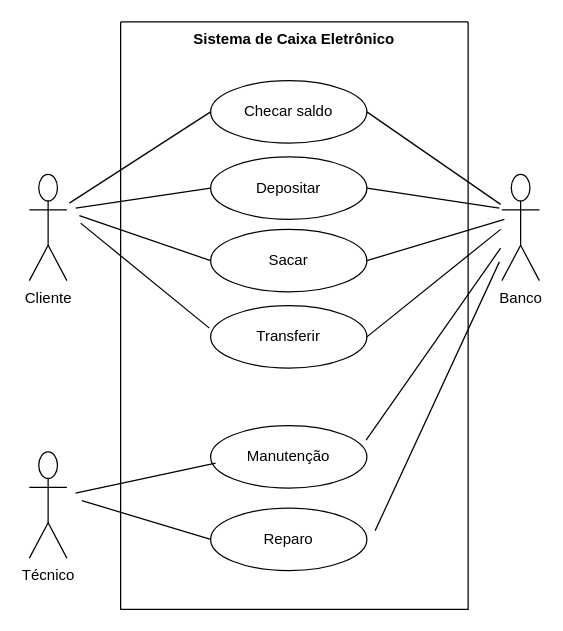
Guilherme-106/daigramasderequisitos keeps this draw.io diagram as page "Página-2" (2 of 3) of Diagrama sem nome.drawio. Above is the earlier version. Source tidied: cells renumbered, new cells numbered last; positions are measured from the earlier drawing's top-left corner, leaving out a move shared by most shapes. Both pictures are drawn from the tidied source at 125%, with x=0, y=0 at pixel (29, 21).
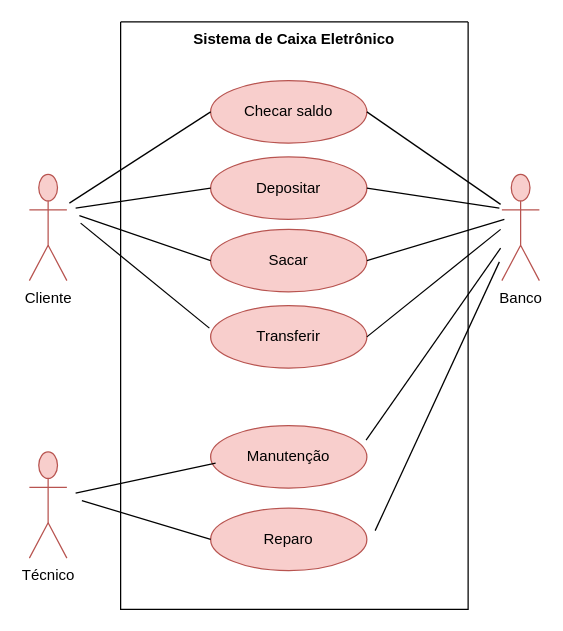
Above is the later version.

Change to the diagram source:
```diff
@@
-    <mxCell id="2" value="Cliente" style="shape=umlActor;verticalLabelPosition=bottom;verticalAlign=top;html=1;" parent="1" vertex="1">
+    <mxCell id="2" value="Cliente" style="shape=umlActor;verticalLabelPosition=bottom;verticalAlign=top;html=1;fillColor=#f8cecc;strokeColor=#b85450;" parent="1" vertex="1">
       <mxGeometry y="122" width="30" height="85" as="geometry" />
     </mxCell>
-    <mxCell id="3" value="Banco" style="shape=umlActor;verticalLabelPosition=bottom;verticalAlign=top;html=1;" parent="1" vertex="1">
+    <mxCell id="3" value="Banco" style="shape=umlActor;verticalLabelPosition=bottom;verticalAlign=top;html=1;fillColor=#f8cecc;strokeColor=#b85450;" parent="1" vertex="1">
       <mxGeometry x="378" y="122" width="30" height="85" as="geometry" />
     </mxCell>
-    <mxCell id="4" value="Checar saldo" style="ellipse;whiteSpace=wrap;html=1;" parent="1" vertex="1">
+    <mxCell id="4" value="Checar saldo" style="ellipse;whiteSpace=wrap;html=1;fillColor=#f8cecc;strokeColor=#b85450;" parent="1" vertex="1">
       <mxGeometry x="145" y="47" width="125" height="50" as="geometry" />
     </mxCell>
-    <mxCell id="5" value="Depositar" style="ellipse;whiteSpace=wrap;html=1;" parent="1" vertex="1">
+    <mxCell id="5" value="Depositar" style="ellipse;whiteSpace=wrap;html=1;fillColor=#f8cecc;strokeColor=#b85450;" parent="1" vertex="1">
       <mxGeometry x="145" y="108" width="125" height="50" as="geometry" />
     </mxCell>
-    <mxCell id="6" value="Sacar" style="ellipse;whiteSpace=wrap;html=1;" parent="1" vertex="1">
+    <mxCell id="6" value="Sacar" style="ellipse;whiteSpace=wrap;html=1;fillColor=#f8cecc;strokeColor=#b85450;" parent="1" vertex="1">
       <mxGeometry x="145" y="166" width="125" height="50" as="geometry" />
     </mxCell>
-    <mxCell id="7" value="Transferir" style="ellipse;whiteSpace=wrap;html=1;" parent="1" vertex="1">
+    <mxCell id="7" value="Transferir" style="ellipse;whiteSpace=wrap;html=1;fillColor=#f8cecc;strokeColor=#b85450;" parent="1" vertex="1">
       <mxGeometry x="145" y="227" width="125" height="50" as="geometry" />
     </mxCell>
@@
-    <mxCell id="16" value="Técnico" style="shape=umlActor;verticalLabelPosition=bottom;verticalAlign=top;html=1;" parent="1" vertex="1">
+    <mxCell id="16" value="Técnico" style="shape=umlActor;verticalLabelPosition=bottom;verticalAlign=top;html=1;fillColor=#f8cecc;strokeColor=#b85450;" parent="1" vertex="1">
       <mxGeometry y="344" width="30" height="85" as="geometry" />
     </mxCell>
-    <mxCell id="17" value="Manutenção" style="ellipse;whiteSpace=wrap;html=1;" parent="1" vertex="1">
+    <mxCell id="17" value="Manutenção" style="ellipse;whiteSpace=wrap;html=1;fillColor=#f8cecc;strokeColor=#b85450;" parent="1" vertex="1">
       <mxGeometry x="145" y="323" width="125" height="50" as="geometry" />
     </mxCell>
-    <mxCell id="18" value="Reparo" style="ellipse;whiteSpace=wrap;html=1;" parent="1" vertex="1">
+    <mxCell id="18" value="Reparo" style="ellipse;whiteSpace=wrap;html=1;fillColor=#f8cecc;strokeColor=#b85450;" parent="1" vertex="1">
       <mxGeometry x="145" y="389" width="125" height="50" as="geometry" />
     </mxCell>
```
